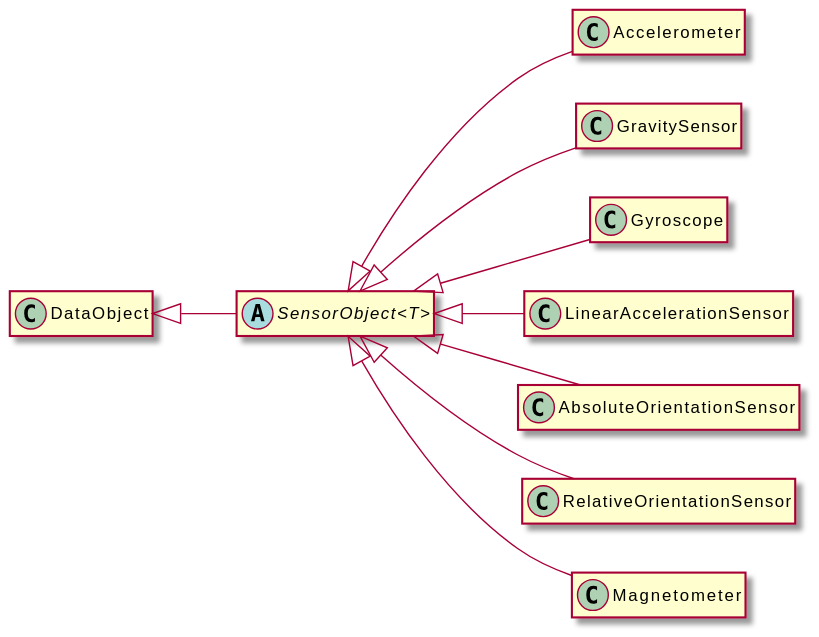
The PlantUML diagram assets/SensorObject-umlClassDiagram-3451.svg in OpenHPS/openhps-core, before a commit.
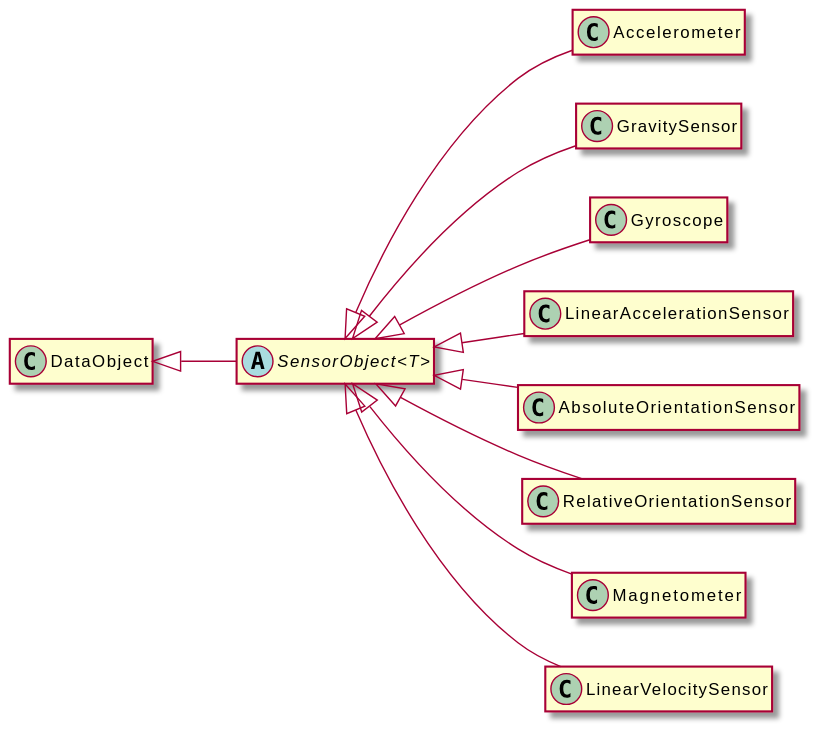
The same diagram one commit later.

What changed in the source:
```diff
@@ -29,4 +29,7 @@
 class "Magnetometer" {
 }
 "SensorObject<T>" <|-- "Magnetometer"
+class "LinearVelocitySensor" {
+}
+"SensorObject<T>" <|-- "LinearVelocitySensor"
 @enduml
```
